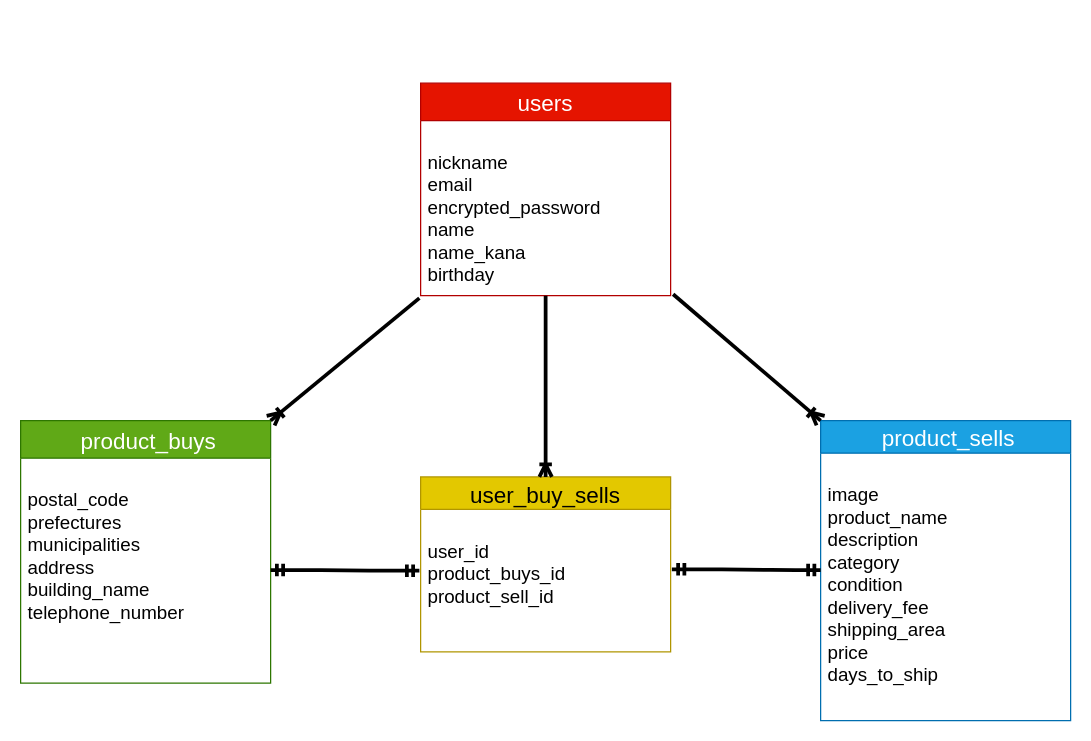
Before: app/detabase.dio in akinari-o/furima-36387, a draw.io diagram. Source tidied: cells renumbered, new cells numbered last; positions are measured from the earlier drawing's top-left corner, leaving out a move shared by most shapes. Both pictures are drawn from the tidied source at 125%, with x=0, y=0 at pixel (20, 82).
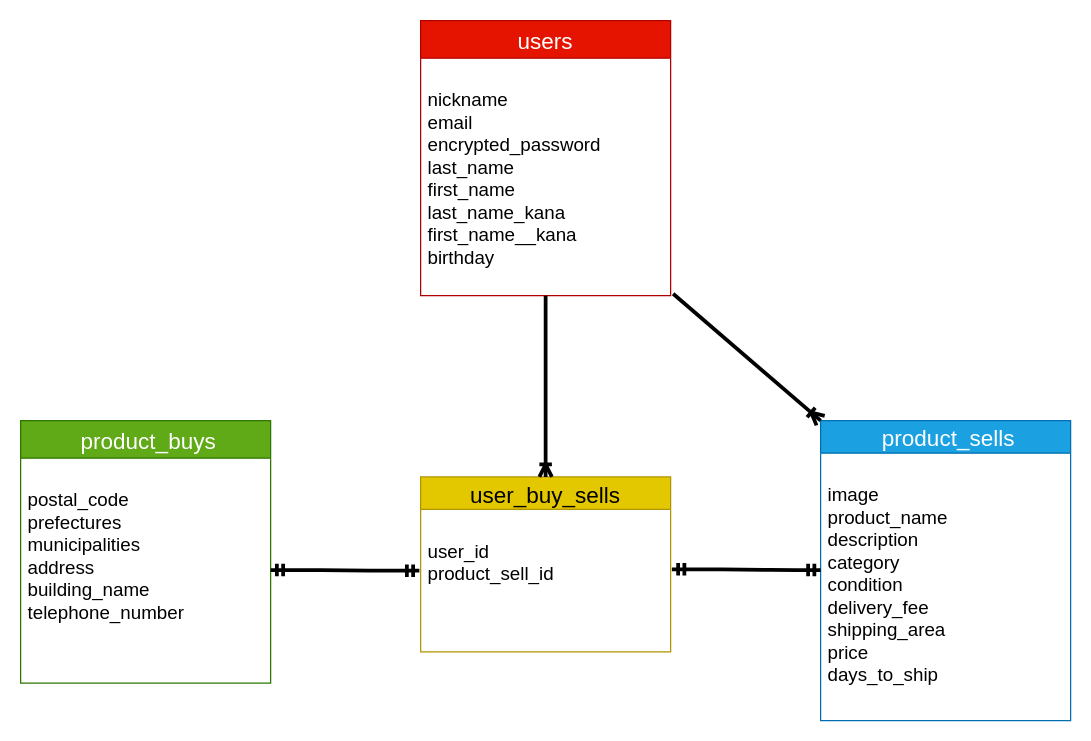
The same page after the edit.

Change to the diagram source:
```diff
@@
 <mxGraphModel>
   <root>
     <mxCell id="0" />
     <mxCell id="1" parent="0" />
     <mxCell id="2" value=" product_buys" style="swimlane;fontStyle=0;horizontal=1;startSize=30;align=center;fontSize=18;labelBackgroundColor=none;labelBorderColor=none;fillColor=#60a917;strokeColor=#2D7600;fontColor=#ffffff;" parent="1" vertex="1">
       <mxGeometry y="270" width="200" height="210" as="geometry" />
     </mxCell>
     <mxCell id="3" value="&#10;postal_code&#10;prefectures&#10;municipalities&#10;address&#10;building_name&#10;telephone_number&#10;&#10;&#10;" style="text;strokeColor=none;fillColor=none;spacingLeft=4;spacingRight=4;overflow=hidden;fontSize=15;" parent="2" vertex="1">
       <mxGeometry y="30" width="200" height="180" as="geometry" />
     </mxCell>
     <mxCell id="4" value="users" style="swimlane;fontStyle=0;horizontal=1;startSize=30;align=center;fontSize=18;fillColor=#e51400;strokeColor=#B20000;fontColor=#ffffff;" parent="1" vertex="1">
-      <mxGeometry x="320" width="200" height="170" as="geometry" />
+      <mxGeometry x="320" y="-50" width="200" height="220" as="geometry" />
     </mxCell>
-    <mxCell id="5" value="&#10;nickname&#10;email &#10;encrypted_password&#10;name&#10;name_kana&#10;birthday&#10;" style="text;strokeColor=none;fillColor=none;spacingLeft=4;spacingRight=4;overflow=hidden;points=[[0,0.5],[1,0.5]];portConstraint=eastwest;fontSize=15;" parent="4" vertex="1">
-      <mxGeometry y="30" width="200" height="140" as="geometry" />
+    <mxCell id="5" value="&#10;nickname&#10;email &#10;encrypted_password&#10;last_name&#10;first_name&#10;last_name_kana&#10;first_name__kana&#10;birthday&#10;" style="text;strokeColor=none;fillColor=none;spacingLeft=4;spacingRight=4;overflow=hidden;points=[[0,0.5],[1,0.5]];portConstraint=eastwest;fontSize=15;" parent="4" vertex="1">
+      <mxGeometry y="30" width="200" height="190" as="geometry" />
     </mxCell>
     <mxCell id="6" value=" product_sells" style="swimlane;fontStyle=0;horizontal=1;startSize=26;align=center;fontSize=18;fillColor=#1ba1e2;strokeColor=#006EAF;fontColor=#ffffff;" parent="1" vertex="1">
       <mxGeometry x="640" y="270" width="200" height="240" as="geometry" />
     </mxCell>
     <mxCell id="7" value="&#10;image&#10;product_name&#10;description&#10;category&#10;condition&#10;delivery_fee&#10;shipping_area&#10;price&#10;days_to_ship&#10;&#10;&#10;" style="text;strokeColor=none;fillColor=none;spacingLeft=4;spacingRight=4;overflow=hidden;fontSize=15;" parent="6" vertex="1">
       <mxGeometry y="26" width="200" height="214" as="geometry" />
     </mxCell>
     <mxCell id="8" value="user_buy_sells" style="swimlane;fontStyle=0;horizontal=1;startSize=26;align=center;fontSize=18;labelBackgroundColor=none;fillColor=#e3c800;strokeColor=#B09500;fontColor=#000000;" parent="1" vertex="1">
       <mxGeometry x="320" y="315" width="200" height="140" as="geometry" />
     </mxCell>
-    <mxCell id="9" value="&#10;user_id&#10;product_buys_id&#10;product_sell_id" style="text;strokeColor=none;fillColor=none;spacingLeft=4;spacingRight=4;overflow=hidden;points=[[0,0.5],[1,0.5]];portConstraint=eastwest;fontSize=15;" parent="8" vertex="1">
+    <mxCell id="9" value="&#10;user_id&#10;product_sell_id" style="text;strokeColor=none;fillColor=none;spacingLeft=4;spacingRight=4;overflow=hidden;points=[[0,0.5],[1,0.5]];portConstraint=eastwest;fontSize=15;" parent="8" vertex="1">
       <mxGeometry y="26" width="200" height="114" as="geometry" />
     </mxCell>
     <mxCell id="10" style="edgeStyle=entityRelationEdgeStyle;fontSize=12;html=1;endArrow=ERoneToMany;strokeColor=none;rounded=0;strokeWidth=5;" parent="1" edge="1">
       <mxGeometry relative="1" as="geometry">
         <mxPoint x="240" y="30" as="sourcePoint" />
         <mxPoint x="110" y="250" as="targetPoint" />
       </mxGeometry>
     </mxCell>
-    <mxCell id="11" style="fontSize=12;html=1;endArrow=ERoneToMany;strokeWidth=3;entryX=1;entryY=0;entryDx=0;entryDy=0;exitX=-0.005;exitY=1.014;exitDx=0;exitDy=0;exitPerimeter=0;" parent="1" edge="1" source="5" target="2">
-      <mxGeometry relative="1" as="geometry" />
-    </mxCell>
     <mxCell id="12" style="fontSize=12;html=1;endArrow=ERoneToMany;strokeWidth=3;entryX=0;entryY=0;entryDx=0;entryDy=0;exitX=1.01;exitY=0.992;exitDx=0;exitDy=0;exitPerimeter=0;" parent="1" edge="1" source="5" target="6">
       <mxGeometry relative="1" as="geometry" />
     </mxCell>
     <mxCell id="13" style="fontSize=12;html=1;endArrow=ERoneToMany;strokeWidth=3;entryX=0.5;entryY=0;entryDx=0;entryDy=0;" parent="1" edge="1" target="8">
       <mxGeometry relative="1" as="geometry">
         <mxPoint x="420" y="170" as="sourcePoint" />
       </mxGeometry>
     </mxCell>
     <mxCell id="14" style="edgeStyle=entityRelationEdgeStyle;fontSize=12;html=1;endArrow=ERmandOne;startArrow=ERmandOne;strokeWidth=3;exitX=1.005;exitY=0.421;exitDx=0;exitDy=0;exitPerimeter=0;" parent="1" edge="1" source="9">
       <mxGeometry relative="1" as="geometry">
         <mxPoint x="640" y="389.5" as="targetPoint" />
       </mxGeometry>
     </mxCell>
     <mxCell id="15" style="edgeStyle=entityRelationEdgeStyle;fontSize=12;html=1;endArrow=ERmandOne;startArrow=ERmandOne;strokeWidth=3;exitX=1.005;exitY=0.421;exitDx=0;exitDy=0;exitPerimeter=0;" parent="1" edge="1">
       <mxGeometry relative="1" as="geometry">
         <mxPoint x="200" y="389.5" as="sourcePoint" />
         <mxPoint x="319" y="390" as="targetPoint" />
       </mxGeometry>
     </mxCell>
   </root>
 </mxGraphModel>
```
